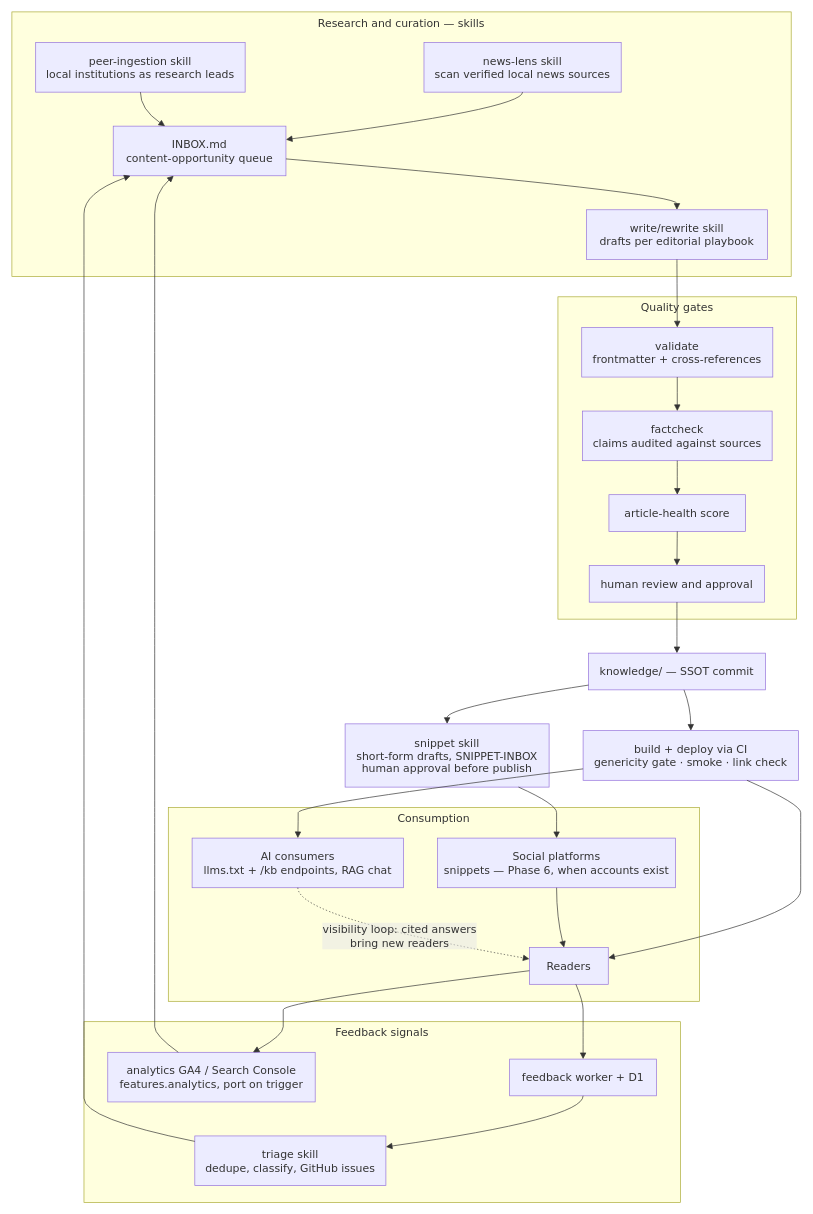
Earlier version of the draw.io diagram dev_docs/diagrams/data-flow.drawio (wilsonkichoi/lagunabeach-md). Source tidied: cells renumbered, new cells numbered last; positions are measured from the earlier drawing's top-left corner, leaving out a move shared by most shapes. Both pictures are drawn from the tidied source at 68%, with x=0, y=0 at pixel (12, 12).
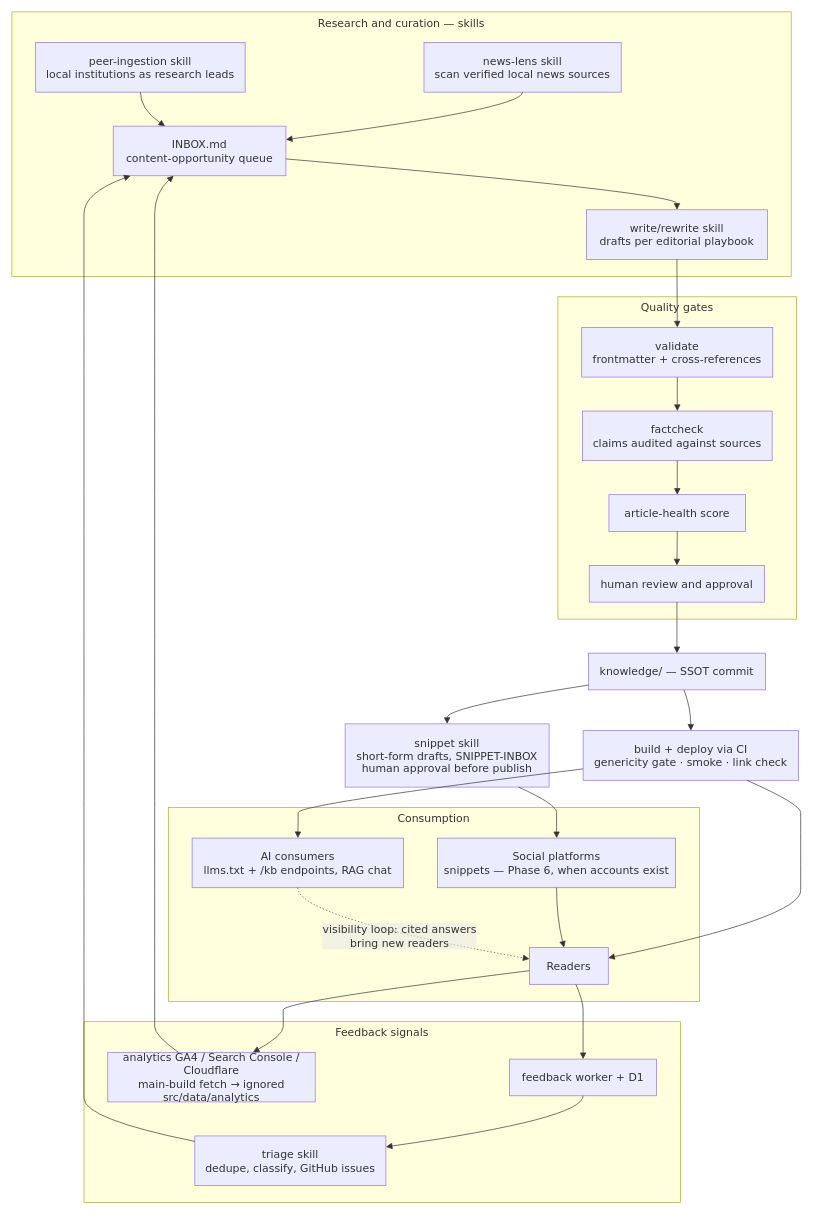
The same diagram, later.

Commit message (it also covers changes not shown here):
docs: plan phase 10 analytics delivery

Unchanged cells that the change refers to:
```xml
<mxCell id="24" value="Feedback signals" style="html=1;whiteSpace=wrap;strokeWidth=1;verticalAlign=top;fillColor=light-dark(#ffffde,#1f2020);strokeColor=light-dark(#aaaa33,#cccccc);fontColor=light-dark(#333333,#cccccc);fontFamily=Trebuchet MS,Verdana,Arial,sans-serif;fontSize=16;" parent="1" vertex="1">
  <mxGeometry x="106" y="1485" width="877" height="266" as="geometry" />
</mxCell>
```

The edit, as a diff of the source:
```diff
@@
-    <mxCell id="27" value="analytics GA4 / Search Console&#10;features.analytics, port on trigger" style="html=1;whiteSpace=wrap;strokeWidth=1;fillColor=light-dark(#ECECFF,#1f2020);strokeColor=light-dark(#9370DB,#cccccc);fontColor=light-dark(#333333,#cccccc);fontFamily=Trebuchet MS,Verdana,Arial,sans-serif;fontSize=16;" parent="24" vertex="1">
+    <mxCell id="27" value="analytics GA4 / Search Console / Cloudflare&#10;main-build fetch → ignored src/data/analytics" style="html=1;whiteSpace=wrap;strokeWidth=1;fillColor=light-dark(#ECECFF,#1f2020);strokeColor=light-dark(#9370DB,#cccccc);fontColor=light-dark(#333333,#cccccc);fontFamily=Trebuchet MS,Verdana,Arial,sans-serif;fontSize=16;" parent="24" vertex="1">
       <mxGeometry x="35" y="45" width="305" height="73" as="geometry" />
     </mxCell>
```
